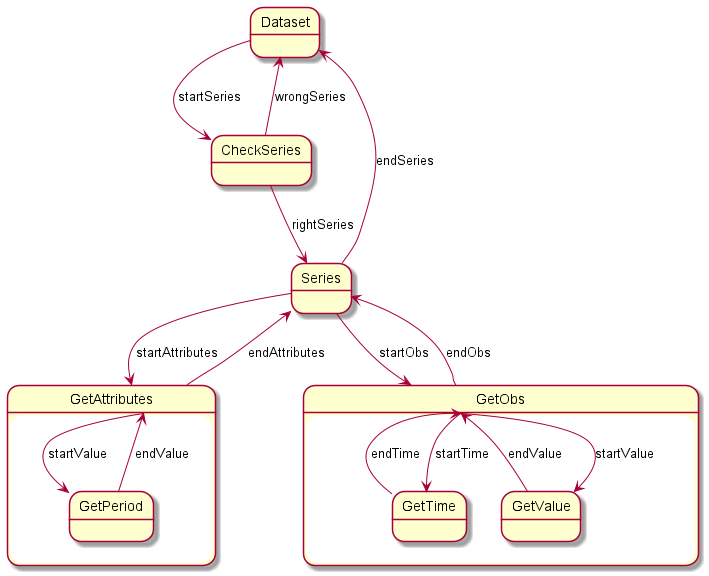
This is src/main/resources/state-dataset.png from AltmanEA/edu-parse, a PlantUML export, as it was before one commit. Source of this version:
```plantuml
@startuml

state GetAttributes {
    GetAttributes --> GetPeriod: startValue
    GetPeriod --> GetAttributes: endValue
}

state GetObs{
    GetObs --> GetTime: startTime
    GetTime --> GetObs: endTime
    GetObs --> GetValue: startValue
    GetValue --> GetObs: endValue
}

Dataset -> CheckSeries : startSeries
CheckSeries --> Series: rightSeries
CheckSeries --> Dataset: wrongSeries
Series --> GetAttributes: startAttributes
GetAttributes --> Series: endAttributes
Series --> GetObs: startObs
GetObs --> Series: endObs
Series -> Dataset: endSeries
@enduml
```
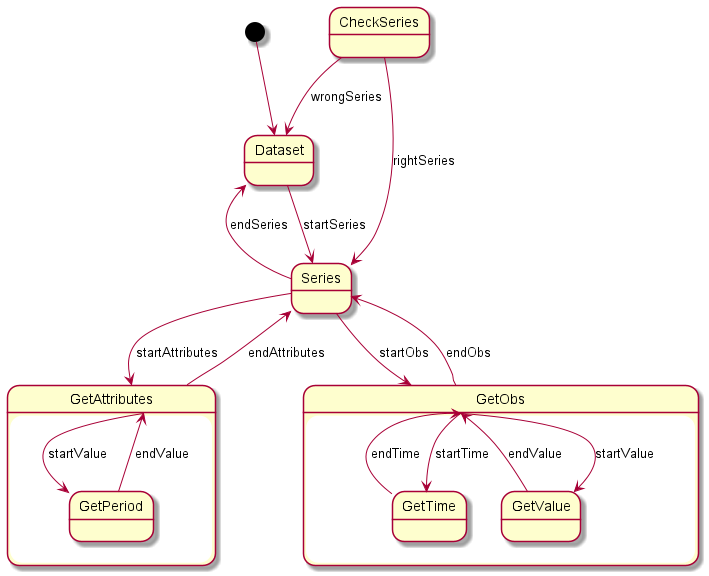
After the change.

Commit message:
finite state refactor to SAM

Change to the diagram source:
```diff
@@ -12,12 +12,14 @@
     GetValue --> GetObs: endValue
 }
 
-Dataset -> CheckSeries : startSeries
+[*] -->Dataset
+Dataset --> Series : startSeries
+Series --> Dataset: endSeries
 CheckSeries --> Series: rightSeries
 CheckSeries --> Dataset: wrongSeries
 Series --> GetAttributes: startAttributes
 GetAttributes --> Series: endAttributes
 Series --> GetObs: startObs
 GetObs --> Series: endObs
-Series -> Dataset: endSeries
+
 @enduml
```
